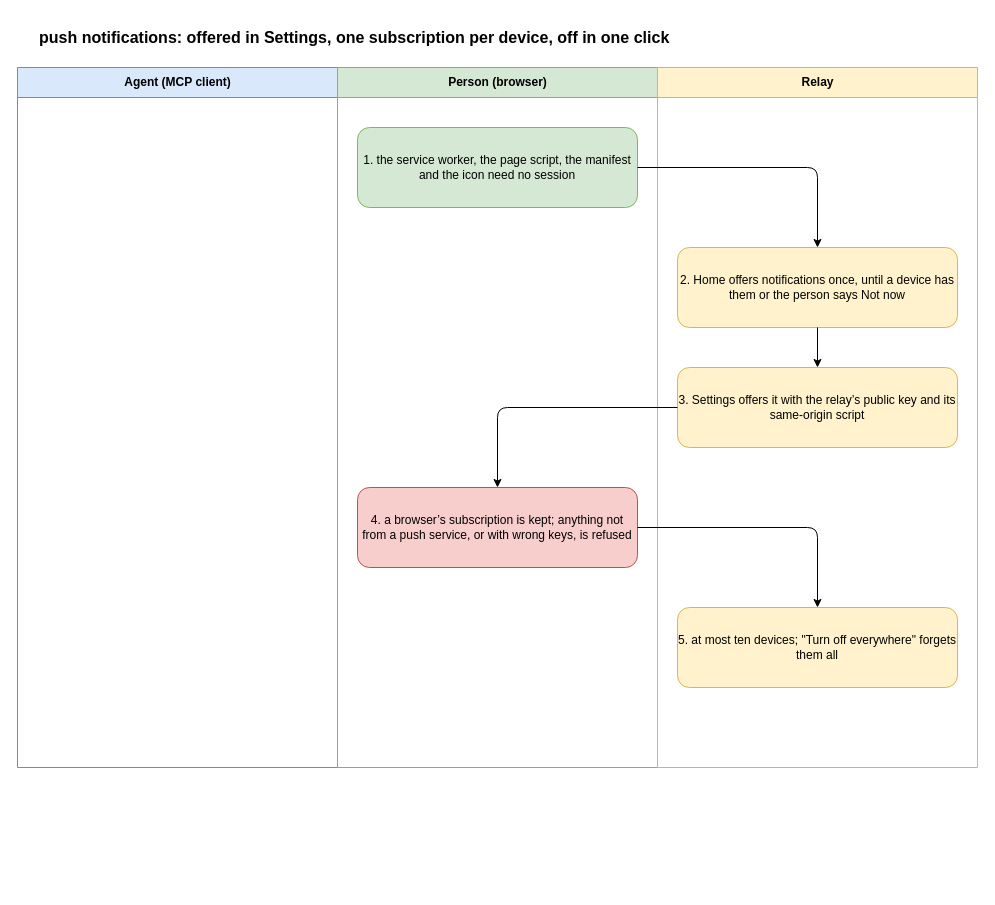
Earlier version of the draw.io diagram docs/flows/push.drawio (gizemsoylutr/klatsch). Source tidied: cells renumbered, new cells numbered last; positions are measured from the earlier drawing's top-left corner, leaving out a move shared by most shapes. Both pictures are drawn from the tidied source at 100%, with x=0, y=0 at pixel (17, 17).
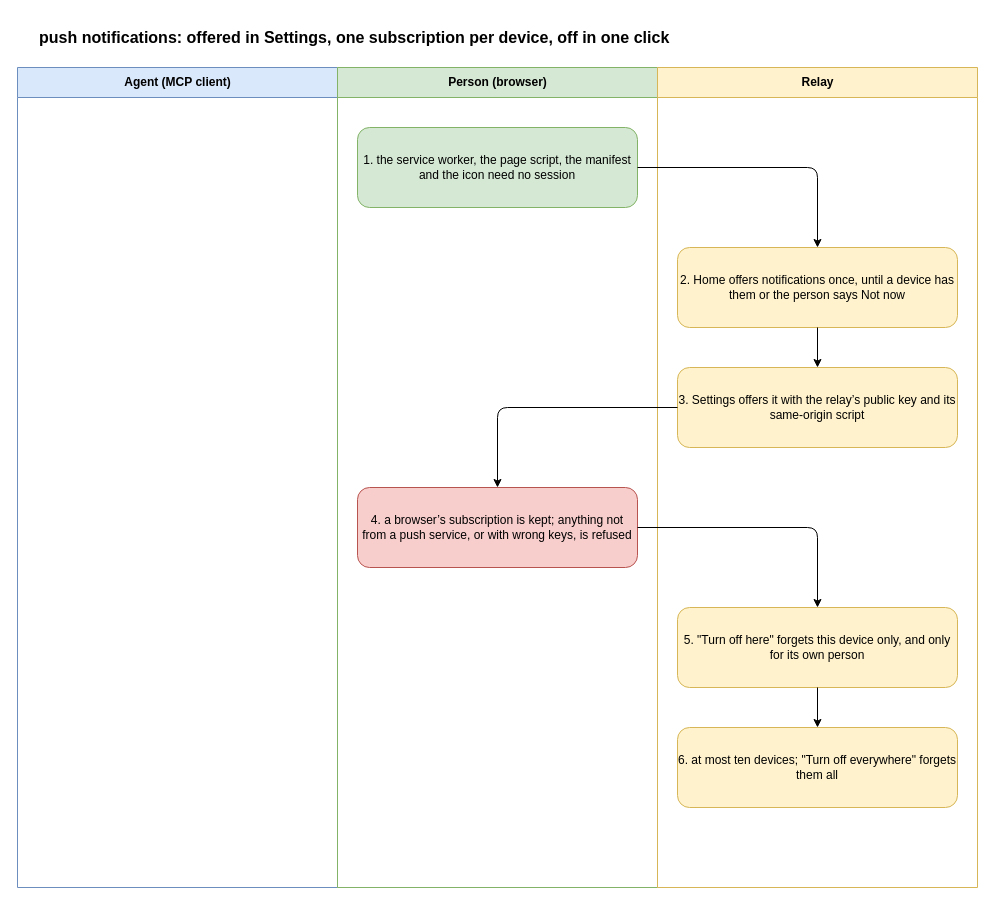
The same page after the edit.

Diff of the diagram source:
```diff
@@
 <mxGraphModel>
   <root>
     <mxCell id="0" />
     <mxCell id="1" parent="0" />
     <mxCell id="2" value="push notifications: offered in Settings, one subscription per device, off in one click" style="text;html=1;fontSize=16;fontStyle=1;align=left;verticalAlign=middle;whiteSpace=wrap;" parent="1" vertex="1">
       <mxGeometry x="20" width="920" height="40" as="geometry" />
     </mxCell>
     <mxCell id="3" value="Agent (MCP client)" style="swimlane;html=1;startSize=30;fillColor=#dae8fc;strokeColor=#6c8ebf;swimlaneFillColor=none;" parent="1" vertex="1">
-      <mxGeometry y="50" width="320" height="700" as="geometry" />
+      <mxGeometry y="50" width="320" height="820" as="geometry" />
     </mxCell>
     <mxCell id="4" value="Person (browser)" style="swimlane;html=1;startSize=30;fillColor=#d5e8d4;strokeColor=#82b366;swimlaneFillColor=none;" parent="1" vertex="1">
-      <mxGeometry x="320" y="50" width="320" height="700" as="geometry" />
+      <mxGeometry x="320" y="50" width="320" height="820" as="geometry" />
     </mxCell>
     <mxCell id="5" value="Relay" style="swimlane;html=1;startSize=30;fillColor=#fff2cc;strokeColor=#d6b656;swimlaneFillColor=none;" parent="1" vertex="1">
-      <mxGeometry x="640" y="50" width="320" height="700" as="geometry" />
+      <mxGeometry x="640" y="50" width="320" height="820" as="geometry" />
     </mxCell>
     <mxCell id="6" value="1. the service worker, the page script, the manifest and the icon need no session" style="rounded=1;whiteSpace=wrap;html=1;fillColor=#d5e8d4;strokeColor=#82b366;fontSize=12;" parent="1" vertex="1">
       <mxGeometry x="340" y="110" width="280" height="80" as="geometry" />
     </mxCell>
     <mxCell id="7" value="2. Home offers notifications once, until a device has them or the person says Not now" style="rounded=1;whiteSpace=wrap;html=1;fillColor=#fff2cc;strokeColor=#d6b656;fontSize=12;" parent="1" vertex="1">
       <mxGeometry x="660" y="230" width="280" height="80" as="geometry" />
     </mxCell>
     <mxCell id="8" style="edgeStyle=orthogonalEdgeStyle;rounded=1;html=1;endArrow=classic;" parent="1" edge="1" source="6" target="7">
       <mxGeometry relative="1" as="geometry" />
     </mxCell>
     <mxCell id="9" value="3. Settings offers it with the relay’s public key and its same-origin script" style="rounded=1;whiteSpace=wrap;html=1;fillColor=#fff2cc;strokeColor=#d6b656;fontSize=12;" parent="1" vertex="1">
       <mxGeometry x="660" y="350" width="280" height="80" as="geometry" />
     </mxCell>
     <mxCell id="10" style="edgeStyle=orthogonalEdgeStyle;rounded=1;html=1;endArrow=classic;" parent="1" edge="1" source="7" target="9">
       <mxGeometry relative="1" as="geometry" />
     </mxCell>
     <mxCell id="11" value="4. a browser’s subscription is kept; anything not from a push service, or with wrong keys, is refused" style="rounded=1;whiteSpace=wrap;html=1;fillColor=#f8cecc;strokeColor=#b85450;fontSize=12;" parent="1" vertex="1">
       <mxGeometry x="340" y="470" width="280" height="80" as="geometry" />
     </mxCell>
     <mxCell id="12" style="edgeStyle=orthogonalEdgeStyle;rounded=1;html=1;endArrow=classic;" parent="1" edge="1" source="9" target="11">
       <mxGeometry relative="1" as="geometry" />
     </mxCell>
-    <mxCell id="13" value="5. at most ten devices; &quot;Turn off everywhere&quot; forgets them all" style="rounded=1;whiteSpace=wrap;html=1;fillColor=#fff2cc;strokeColor=#d6b656;fontSize=12;" parent="1" vertex="1">
+    <mxCell id="13" value="5. &quot;Turn off here&quot; forgets this device only, and only for its own person" style="rounded=1;whiteSpace=wrap;html=1;fillColor=#fff2cc;strokeColor=#d6b656;fontSize=12;" parent="1" vertex="1">
       <mxGeometry x="660" y="590" width="280" height="80" as="geometry" />
     </mxCell>
     <mxCell id="14" style="edgeStyle=orthogonalEdgeStyle;rounded=1;html=1;endArrow=classic;" parent="1" edge="1" source="11" target="13">
       <mxGeometry relative="1" as="geometry" />
     </mxCell>
+    <mxCell id="15" value="6. at most ten devices; &quot;Turn off everywhere&quot; forgets them all" style="rounded=1;whiteSpace=wrap;html=1;fillColor=#fff2cc;strokeColor=#d6b656;fontSize=12;" parent="1" vertex="1">
+      <mxGeometry x="660" y="710" width="280" height="80" as="geometry" />
+    </mxCell>
+    <mxCell id="16" style="edgeStyle=orthogonalEdgeStyle;rounded=1;html=1;endArrow=classic;" parent="1" edge="1" source="13" target="15">
+      <mxGeometry relative="1" as="geometry" />
+    </mxCell>
   </root>
 </mxGraphModel>
```
